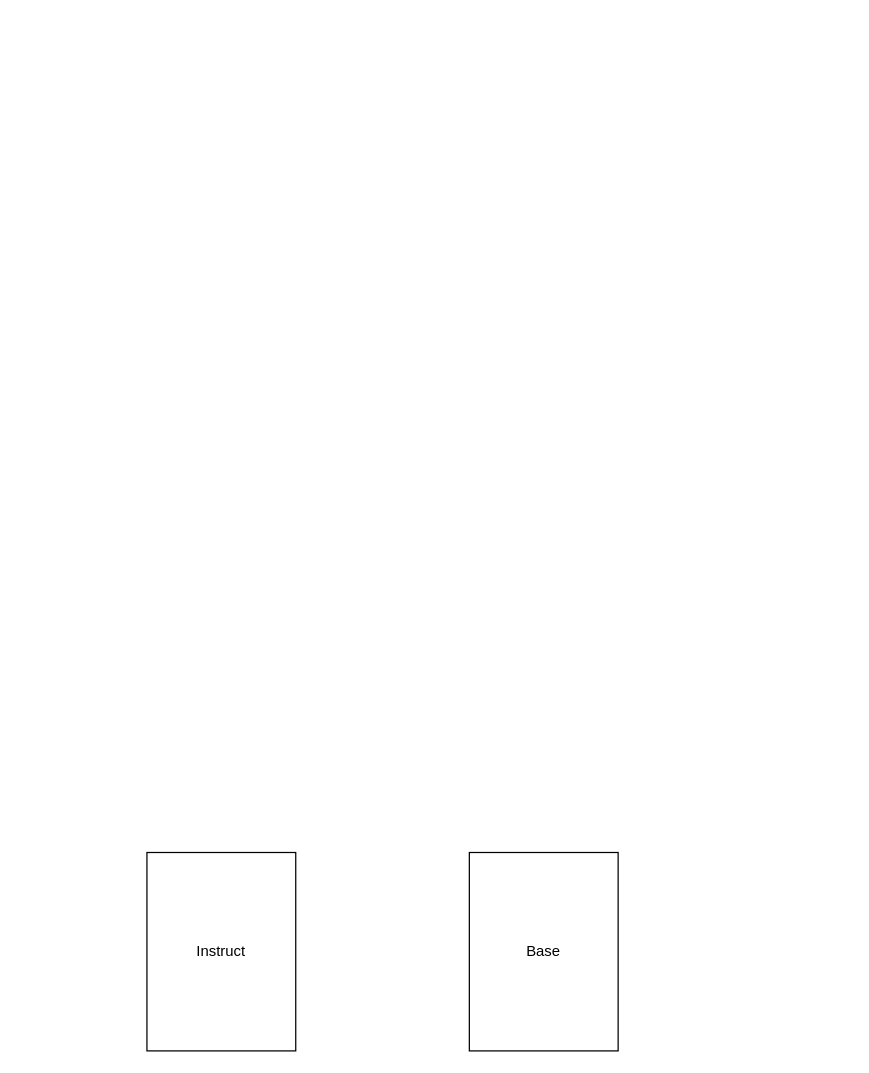
The draw.io diagram merge_last_layer.drawio in babangain/drawio, before the edit. Source tidied: cells renumbered, new cells numbered last; positions are measured from the earlier drawing's top-left corner, leaving out a move shared by most shapes. Both pictures are drawn from the tidied source at 124%, with x=0, y=0 at pixel (146, 852).
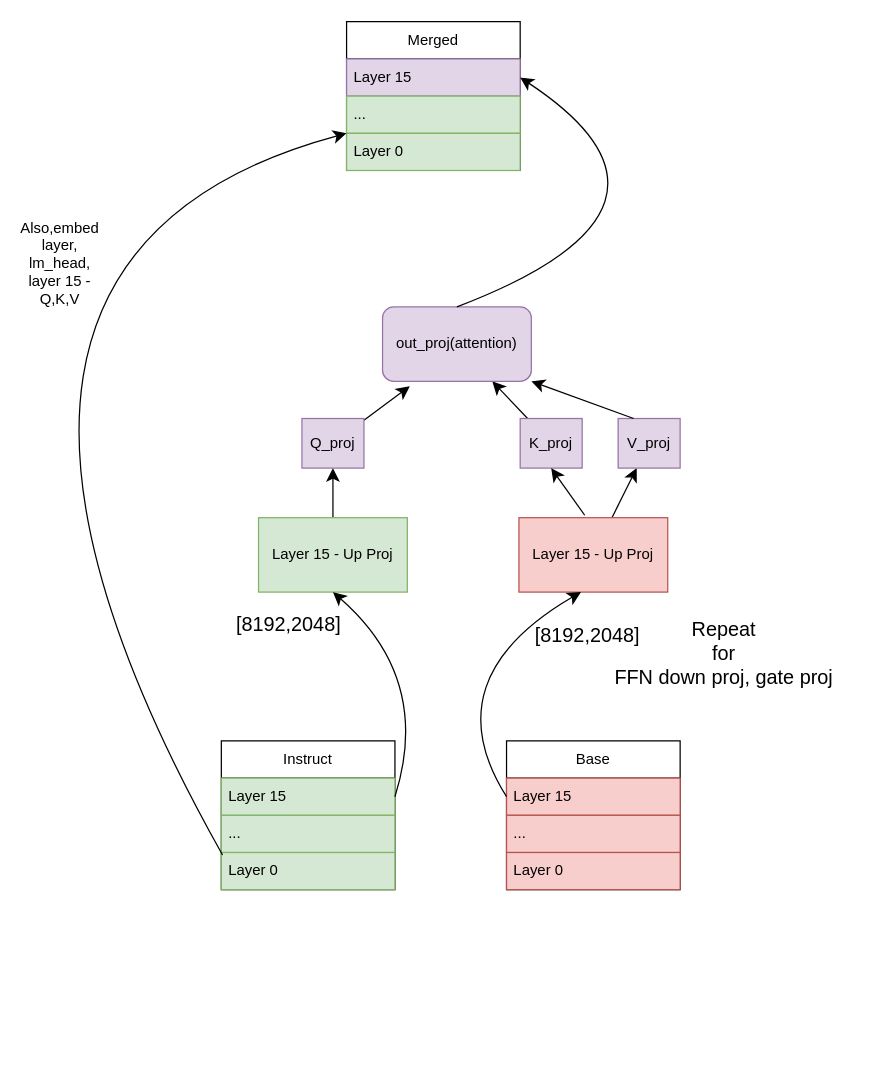
Above is the later version.

Diff of the diagram source:
```diff
@@
-    <mxCell id="2" value="Instruct" style="rounded=0;whiteSpace=wrap;html=1;" parent="1" vertex="1">
-      <mxGeometry width="120" height="160" as="geometry" />
+    <mxCell id="2" value="Instruct" style="swimlane;fontStyle=0;horizontal=1;startSize=30;whiteSpace=wrap;html=1;" parent="1" vertex="1">
+      <mxGeometry x="60" y="-90" width="140" height="120" as="geometry" />
     </mxCell>
+    <mxCell id="4" value="Layer 15" style="text;strokeColor=#82b366;fillColor=#d5e8d4;align=left;verticalAlign=middle;spacingLeft=4;spacingRight=4;overflow=hidden;points=[[0,0.5],[1,0.5]];portConstraint=eastwest;whiteSpace=wrap;html=1;" parent="2" vertex="1">
+      <mxGeometry y="30" width="140" height="30" as="geometry" />
+    </mxCell>
+    <mxCell id="5" value="..." style="text;strokeColor=#82b366;fillColor=#d5e8d4;align=left;verticalAlign=middle;spacingLeft=4;spacingRight=4;overflow=hidden;whiteSpace=wrap;html=1;" parent="2" vertex="1">
+      <mxGeometry y="60" width="140" height="30" as="geometry" />
+    </mxCell>
+    <mxCell id="6" value="Layer 0" style="text;strokeColor=#82b366;fillColor=#d5e8d4;align=left;verticalAlign=middle;spacingLeft=4;spacingRight=4;overflow=hidden;points=[[0,0.5],[1,0.5]];portConstraint=eastwest;whiteSpace=wrap;html=1;" parent="2" vertex="1">
+      <mxGeometry y="90" width="140" height="30" as="geometry" />
+    </mxCell>
-    <mxCell id="3" value="Base" style="rounded=0;whiteSpace=wrap;html=1;" parent="1" vertex="1">
-      <mxGeometry x="260" width="120" height="160" as="geometry" />
+    <mxCell id="3" value="Base" style="swimlane;fontStyle=0;horizontal=1;startSize=30;whiteSpace=wrap;html=1;" parent="1" vertex="1">
+      <mxGeometry x="290" y="-90" width="140" height="120" as="geometry" />
     </mxCell>
+    <mxCell id="7" value="Layer 15" style="text;strokeColor=#b85450;fillColor=#f8cecc;align=left;verticalAlign=middle;spacingLeft=4;spacingRight=4;overflow=hidden;points=[[0,0.5],[1,0.5]];portConstraint=eastwest;whiteSpace=wrap;html=1;" parent="3" vertex="1">
+      <mxGeometry y="30" width="140" height="30" as="geometry" />
+    </mxCell>
+    <mxCell id="8" value="..." style="text;strokeColor=#b85450;fillColor=#f8cecc;align=left;verticalAlign=middle;spacingLeft=4;spacingRight=4;overflow=hidden;whiteSpace=wrap;html=1;" parent="3" vertex="1">
+      <mxGeometry y="60" width="140" height="30" as="geometry" />
+    </mxCell>
+    <mxCell id="9" value="Layer 0" style="text;strokeColor=#b85450;fillColor=#f8cecc;align=left;verticalAlign=middle;spacingLeft=4;spacingRight=4;overflow=hidden;whiteSpace=wrap;html=1;" parent="3" vertex="1">
+      <mxGeometry y="90" width="140" height="30" as="geometry" />
+    </mxCell>
+    <mxCell id="10" value="Merged" style="swimlane;fontStyle=0;horizontal=1;startSize=30;whiteSpace=wrap;html=1;" parent="1" vertex="1">
+      <mxGeometry x="161" y="-670" width="140" height="120" as="geometry" />
+    </mxCell>
+    <mxCell id="11" value="Layer 15" style="text;strokeColor=#9673a6;fillColor=#e1d5e7;align=left;verticalAlign=middle;spacingLeft=4;spacingRight=4;overflow=hidden;points=[[0,0.5],[1,0.5]];portConstraint=eastwest;whiteSpace=wrap;html=1;" parent="10" vertex="1">
+      <mxGeometry y="30" width="140" height="30" as="geometry" />
+    </mxCell>
+    <mxCell id="12" value="..." style="text;strokeColor=#82b366;fillColor=#d5e8d4;align=left;verticalAlign=middle;spacingLeft=4;spacingRight=4;overflow=hidden;whiteSpace=wrap;html=1;" parent="10" vertex="1">
+      <mxGeometry y="60" width="140" height="30" as="geometry" />
+    </mxCell>
+    <mxCell id="13" value="Layer 0" style="text;strokeColor=#82b366;fillColor=#d5e8d4;align=left;verticalAlign=middle;spacingLeft=4;spacingRight=4;overflow=hidden;whiteSpace=wrap;html=1;" parent="10" vertex="1">
+      <mxGeometry y="90" width="140" height="30" as="geometry" />
+    </mxCell>
+    <mxCell id="14" style="endArrow=classic;html=1;rounded=0;fontSize=12;startSize=8;endSize=8;curved=1;exitX=0.007;exitY=0.067;exitDx=0;exitDy=0;exitPerimeter=0;entryX=0;entryY=0.75;entryDx=0;entryDy=0;" parent="1" edge="1" source="6" target="10">
+      <mxGeometry relative="1" as="geometry">
+        <Array as="points">
+          <mxPoint x="-210" y="-480" />
+        </Array>
+      </mxGeometry>
+    </mxCell>
+    <mxCell id="15" value="&lt;div&gt;Also,embed layer,&lt;/div&gt;&lt;div&gt;lm_head,&lt;/div&gt;&lt;div&gt;layer 15 - Q,K,V&lt;/div&gt;" style="text;html=1;align=center;verticalAlign=middle;whiteSpace=wrap;rounded=0;" parent="1" vertex="1">
+      <mxGeometry x="-100" y="-490" width="60" height="30" as="geometry" />
+    </mxCell>
+    <mxCell id="16" style="edgeStyle=none;curved=1;rounded=0;jettySize=auto;html=1;fontSize=12;startSize=8;endSize=8;" parent="1" edge="1" source="17" target="23">
+      <mxGeometry relative="1" as="geometry" />
+    </mxCell>
+    <mxCell id="17" value="Layer 15 - Up Proj" style="rounded=0;whiteSpace=wrap;html=1;fillColor=#d5e8d4;strokeColor=#82b366;" parent="1" vertex="1">
+      <mxGeometry x="90" y="-270" width="120" height="60" as="geometry" />
+    </mxCell>
+    <mxCell id="18" style="endArrow=classic;html=1;rounded=0;fontSize=12;startSize=8;endSize=8;curved=1;exitX=1;exitY=0.5;exitDx=0;exitDy=0;entryX=0.5;entryY=1;entryDx=0;entryDy=0;" parent="1" edge="1" source="4" target="17">
+      <mxGeometry relative="1" as="geometry">
+        <Array as="points">
+          <mxPoint x="230" y="-140" />
+        </Array>
+      </mxGeometry>
+    </mxCell>
+    <mxCell id="19" style="edgeStyle=none;curved=1;rounded=0;jettySize=auto;html=1;fontSize=12;startSize=8;endSize=8;" parent="1" edge="1" source="20" target="26">
+      <mxGeometry relative="1" as="geometry" />
+    </mxCell>
+    <mxCell id="20" value="Layer 15 - Up Proj" style="rounded=0;whiteSpace=wrap;html=1;fillColor=#f8cecc;strokeColor=#b85450;" parent="1" vertex="1">
+      <mxGeometry x="300" y="-270" width="120" height="60" as="geometry" />
+    </mxCell>
+    <mxCell id="21" style="endArrow=classic;html=1;rounded=0;fontSize=12;startSize=8;endSize=8;curved=1;exitX=0;exitY=0.5;exitDx=0;exitDy=0;entryX=0.5;entryY=1;entryDx=0;entryDy=0;" parent="1" edge="1" source="7">
+      <mxGeometry relative="1" as="geometry">
+        <mxPoint x="350" y="-210" as="targetPoint" />
+        <Array as="points">
+          <mxPoint x="230" y="-140" />
+        </Array>
+      </mxGeometry>
+    </mxCell>
+    <mxCell id="22" style="edgeStyle=none;curved=1;rounded=0;jettySize=auto;html=1;fontSize=12;startSize=8;endSize=8;entryX=0.183;entryY=1.067;entryDx=0;entryDy=0;entryPerimeter=0;" parent="1" edge="1" source="23" target="28">
+      <mxGeometry relative="1" as="geometry" />
+    </mxCell>
+    <mxCell id="23" value="Q_proj" style="rounded=0;whiteSpace=wrap;html=1;fillColor=#e1d5e7;strokeColor=#9673a6;" parent="1" vertex="1">
+      <mxGeometry x="125" y="-350" width="50" height="40" as="geometry" />
+    </mxCell>
+    <mxCell id="24" style="edgeStyle=none;curved=1;rounded=0;jettySize=auto;html=1;fontSize=12;startSize=8;endSize=8;" parent="1" edge="1" source="25" target="28">
+      <mxGeometry relative="1" as="geometry" />
+    </mxCell>
+    <mxCell id="25" value="K_proj" style="rounded=0;whiteSpace=wrap;html=1;fillColor=#e1d5e7;strokeColor=#9673a6;" parent="1" vertex="1">
+      <mxGeometry x="301" y="-350" width="50" height="40" as="geometry" />
+    </mxCell>
+    <mxCell id="26" value="V_proj" style="rounded=0;whiteSpace=wrap;html=1;fillColor=#e1d5e7;strokeColor=#9673a6;" parent="1" vertex="1">
+      <mxGeometry x="380" y="-350" width="50" height="40" as="geometry" />
+    </mxCell>
+    <mxCell id="27" style="edgeStyle=none;curved=1;rounded=0;jettySize=auto;html=1;fontSize=12;startSize=8;endSize=8;entryX=0.5;entryY=1;entryDx=0;entryDy=0;exitX=0.442;exitY=-0.033;exitDx=0;exitDy=0;exitPerimeter=0;" parent="1" edge="1" source="20" target="25">
+      <mxGeometry relative="1" as="geometry" />
+    </mxCell>
+    <mxCell id="28" value="out_proj(attention)" style="rounded=1;whiteSpace=wrap;html=1;fillColor=#e1d5e7;strokeColor=#9673a6;" parent="1" vertex="1">
+      <mxGeometry x="190" y="-440" width="120" height="60" as="geometry" />
+    </mxCell>
+    <mxCell id="29" style="endArrow=classic;html=1;rounded=0;fontSize=12;startSize=8;endSize=8;curved=1;entryX=1;entryY=1;entryDx=0;entryDy=0;exitX=0.25;exitY=0;exitDx=0;exitDy=0;" parent="1" edge="1" source="26" target="28">
+      <mxGeometry relative="1" as="geometry" />
+    </mxCell>
+    <mxCell id="30" style="endArrow=classic;html=1;rounded=0;fontSize=12;startSize=8;endSize=8;curved=1;entryX=1;entryY=0.5;entryDx=0;entryDy=0;exitX=0.5;exitY=0;exitDx=0;exitDy=0;" parent="1" edge="1" source="28" target="11">
+      <mxGeometry relative="1" as="geometry">
+        <Array as="points">
+          <mxPoint x="460" y="-520" />
+        </Array>
+      </mxGeometry>
+    </mxCell>
+    <mxCell id="31" value="&lt;div&gt;Repeat&lt;/div&gt;&lt;div&gt;for&lt;/div&gt;&lt;div&gt;FFN down proj, gate proj&lt;/div&gt;&lt;div&gt;&lt;br&gt;&lt;/div&gt;" style="text;html=1;align=center;verticalAlign=middle;strokeColor=none;fillColor=none;fontSize=16;" parent="1" vertex="1">
+      <mxGeometry x="365" y="-196" width="200" height="90" as="geometry" />
+    </mxCell>
+    <mxCell id="32" value="[8192,2048]" style="text;html=1;align=center;verticalAlign=middle;strokeColor=none;fillColor=none;fontSize=16;" parent="1" vertex="1">
+      <mxGeometry x="59" y="-199" width="110" height="30" as="geometry" />
+    </mxCell>
+    <mxCell id="33" value="[8192,2048]" style="text;html=1;align=center;verticalAlign=middle;strokeColor=none;fillColor=none;fontSize=16;" parent="1" vertex="1">
+      <mxGeometry x="300" y="-190" width="110" height="30" as="geometry" />
+    </mxCell>
```
